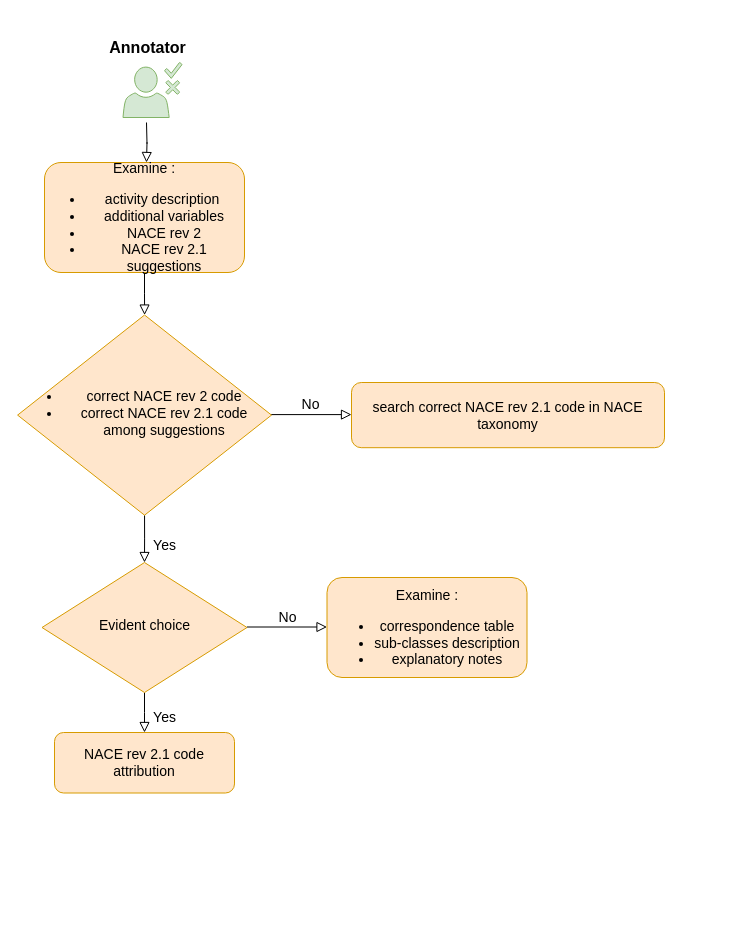
Above: decision-tree-annotation.drawio in TheAIWizard/diagrams (draw.io), before the change. Source tidied: cells renumbered, new cells numbered last; positions are measured from the earlier drawing's top-left corner, leaving out a move shared by most shapes. Both pictures are drawn from the tidied source at 100%, with x=0, y=0 at pixel (17, 17).
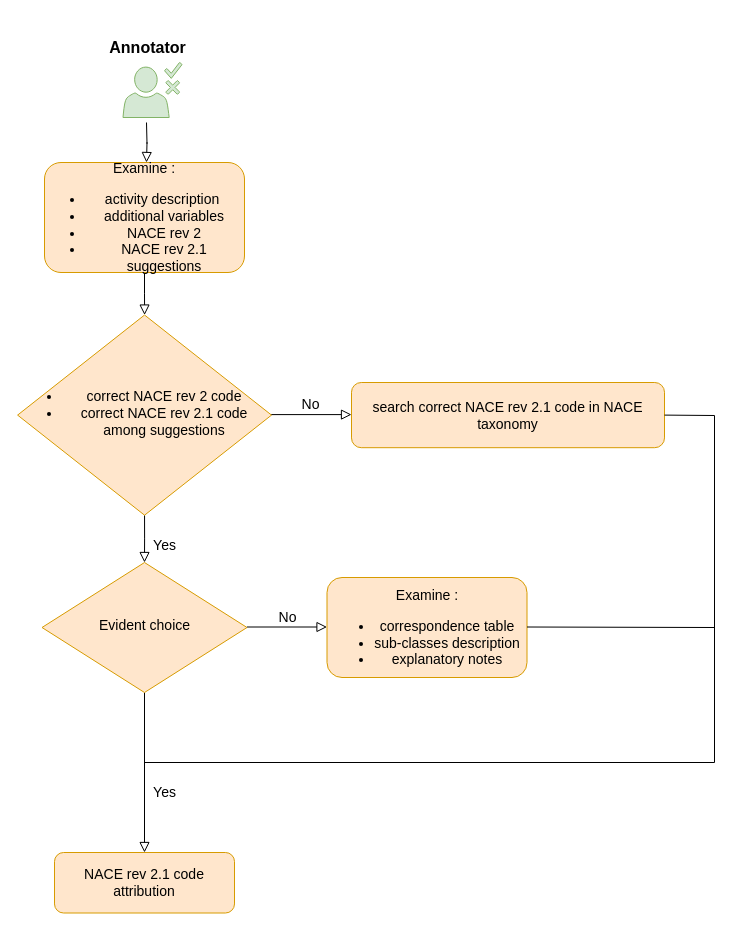
Above is the later version.

Commit message (it also covers changes not shown here):
Mettre à jour decision-tree-annotation.drawio

The change refers to these unchanged cells:
```xml
<mxCell id="8" value="&lt;font size=&quot;1&quot; face=&quot;Work sans&quot;&gt;&lt;span style=&quot;font-size: 14px;&quot;&gt;Evident choice&lt;/span&gt;&lt;/font&gt;" style="rhombus;whiteSpace=wrap;html=1;shadow=0;fontFamily=Helvetica;fontSize=12;align=center;strokeWidth=1;spacing=6;spacingTop=-4;fillColor=#ffe6cc;strokeColor=#d79b00;" parent="1" vertex="1">
  <mxGeometry x="24.5" y="545" width="205" height="130" as="geometry" />
</mxCell>
<mxCell id="15" value="&lt;p style=&quot;font-size: 14px;&quot;&gt;&lt;font face=&quot;Work sans&quot;&gt;&lt;font style=&quot;font-size: 14px;&quot;&gt;search correct NACE rev 2.1&amp;nbsp;&lt;/font&gt;&lt;span style=&quot;background-color: initial;&quot;&gt;code&amp;nbsp;&lt;/span&gt;&lt;span style=&quot;background-color: initial;&quot;&gt;in NACE taxonomy&lt;/span&gt;&lt;/font&gt;&lt;/p&gt;&lt;p&gt;&lt;/p&gt;" style="rounded=1;whiteSpace=wrap;html=1;fontSize=12;glass=0;strokeWidth=1;shadow=0;fillColor=#ffe6cc;strokeColor=#d79b00;" parent="1" vertex="1">
  <mxGeometry x="334" y="365" width="313" height="65.2" as="geometry" />
</mxCell>
```

Change to the diagram source:
```diff
@@
-    <mxCell id="7" value="&lt;font style=&quot;font-size: 14px;&quot;&gt;Yes&lt;/font&gt;" style="rounded=0;html=1;jettySize=auto;fontSize=11;endArrow=block;endFill=0;endSize=8;strokeWidth=1;shadow=0;labelBackgroundColor=none;edgeStyle=orthogonalEdgeStyle;exitX=0.5;exitY=1;exitDx=0;exitDy=0;exitPerimeter=0;" parent="1" edge="1" source="8">
-      <mxGeometry x="0.25" y="20" relative="1" as="geometry">
-        <mxPoint x="127" y="715" as="targetPoint" />
-      </mxGeometry>
+    <mxCell id="7" value="&lt;font style=&quot;font-size: 14px;&quot;&gt;Yes&lt;/font&gt;" style="rounded=0;html=1;jettySize=auto;fontSize=11;endArrow=block;endFill=0;endSize=8;strokeWidth=1;shadow=0;labelBackgroundColor=none;edgeStyle=orthogonalEdgeStyle;exitX=0.5;exitY=1;exitDx=0;exitDy=0;exitPerimeter=0;entryX=0.5;entryY=0;entryDx=0;entryDy=0;" parent="1" edge="1" source="8" target="11">
+      <mxGeometry x="0.25" y="20" relative="1" as="geometry" />
     </mxCell>
@@
     <mxCell id="11" value="&lt;p style=&quot;font-size: 14px;&quot;&gt;&lt;font style=&quot;font-size: 14px;&quot; face=&quot;Work sans&quot;&gt;NACE rev 2.1&amp;nbsp;&lt;/font&gt;&lt;span style=&quot;background-color: initial; font-family: &amp;quot;Work sans&amp;quot;;&quot;&gt;code attribution&lt;/span&gt;&lt;/p&gt;&lt;p&gt;&lt;/p&gt;" style="rounded=1;whiteSpace=wrap;html=1;fontSize=12;glass=0;strokeWidth=1;shadow=0;fillColor=#ffe6cc;strokeColor=#d79b00;" parent="1" vertex="1">
-      <mxGeometry x="37" y="715" width="180" height="60.5" as="geometry" />
+      <mxGeometry x="37" y="835" width="180" height="60.5" as="geometry" />
     </mxCell>
@@
+    <mxCell id="16" style="endArrow=none;html=1;rounded=0;entryX=1;entryY=0.5;entryDx=0;entryDy=0;" parent="1" edge="1" target="15">
+      <mxGeometry relative="1" as="geometry">
+        <mxPoint x="697" y="745" as="sourcePoint" />
+        <Array as="points">
+          <mxPoint x="697" y="398" />
+        </Array>
+      </mxGeometry>
+    </mxCell>
+    <mxCell id="17" style="endArrow=none;html=1;rounded=0;" parent="1" edge="1">
+      <mxGeometry relative="1" as="geometry">
+        <mxPoint x="127" y="745" as="sourcePoint" />
+        <mxPoint x="697" y="745" as="targetPoint" />
+      </mxGeometry>
+    </mxCell>
+    <mxCell id="18" style="endArrow=none;html=1;rounded=0;" parent="1" edge="1">
+      <mxGeometry relative="1" as="geometry">
+        <mxPoint x="509.5" y="609.5" as="sourcePoint" />
+        <mxPoint x="697" y="610" as="targetPoint" />
+      </mxGeometry>
+    </mxCell>
```
